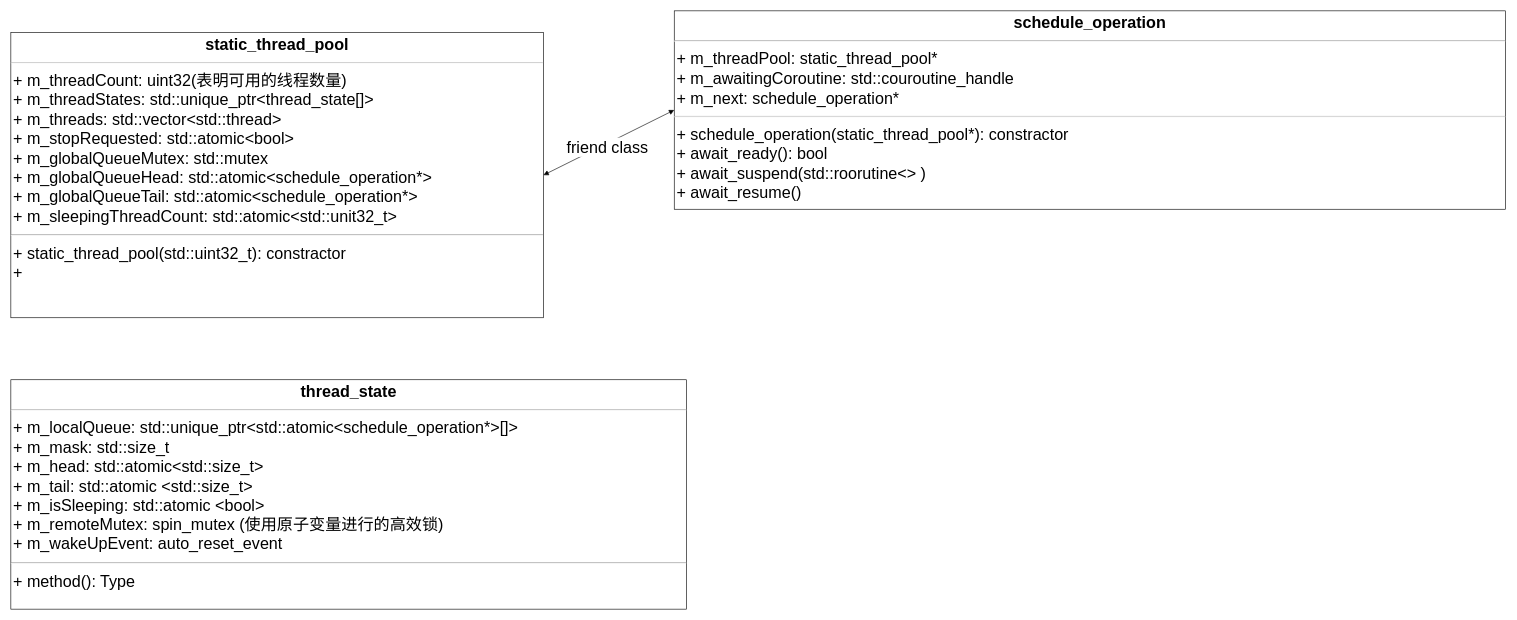
The draw.io diagram cppcoro/static_thread_pool.drawio in zeodao/CodeReading, before the edit. Source tidied: cells renumbered, new cells numbered last; positions are measured from the earlier drawing's top-left corner, leaving out a move shared by most shapes. Both pictures are drawn from the tidied source at 62%, with x=0, y=0 at pixel (11, 11).
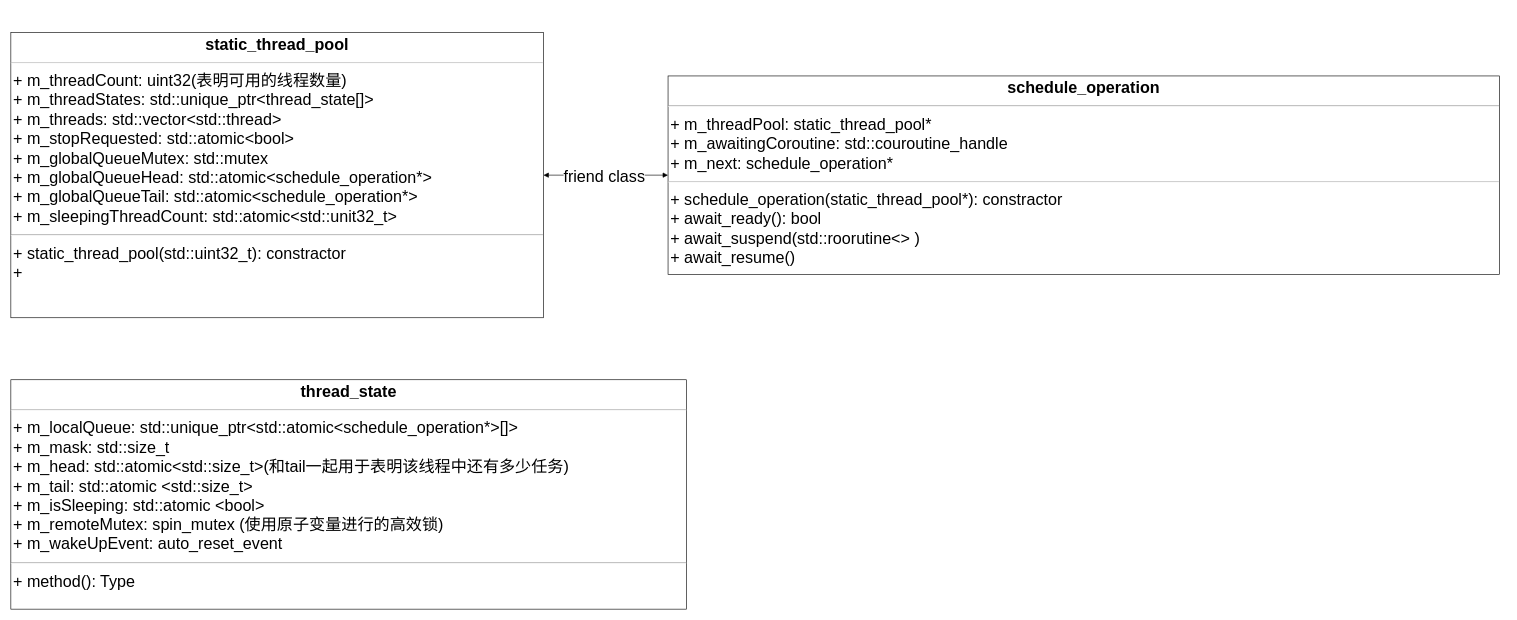
Above is the later version.

The edit, as a diff of the source:
```diff
@@
 <mxGraphModel>
   <root>
     <mxCell id="0" />
     <mxCell id="1" parent="0" />
     <mxCell id="2" value="&lt;p style=&quot;margin: 4px 0px 0px; text-align: center; font-size: 26px;&quot;&gt;&lt;b style=&quot;font-size: 26px;&quot;&gt;static_thread_pool&lt;/b&gt;&lt;/p&gt;&lt;hr style=&quot;font-size: 26px;&quot;&gt;&lt;p style=&quot;margin: 0px 0px 0px 4px; font-size: 26px;&quot;&gt;+ m_threadCount: uint32(表明可用的线程数量)&lt;/p&gt;&lt;p style=&quot;margin: 0px 0px 0px 4px; font-size: 26px;&quot;&gt;+ m_threadStates: std::unique_ptr&amp;lt;thread_state[]&amp;gt;&lt;/p&gt;&lt;p style=&quot;margin: 0px 0px 0px 4px; font-size: 26px;&quot;&gt;+ m_threads: std::vector&amp;lt;std::thread&amp;gt;&lt;/p&gt;&lt;p style=&quot;margin: 0px 0px 0px 4px; font-size: 26px;&quot;&gt;+ m_stopRequested: std::atomic&amp;lt;bool&amp;gt;&lt;/p&gt;&lt;p style=&quot;margin: 0px 0px 0px 4px; font-size: 26px;&quot;&gt;+ m_globalQueueMutex: std::mutex&lt;/p&gt;&lt;p style=&quot;margin: 0px 0px 0px 4px; font-size: 26px;&quot;&gt;+ m_globalQueueHead: std::atomic&amp;lt;schedule_operation*&amp;gt;&lt;/p&gt;&lt;p style=&quot;margin: 0px 0px 0px 4px; font-size: 26px;&quot;&gt;+ m_globalQueueTail: std::atomic&amp;lt;schedule_operation*&amp;gt;&lt;/p&gt;&lt;p style=&quot;margin: 0px 0px 0px 4px; font-size: 26px;&quot;&gt;+ m_sleepingThreadCount: std::atomic&amp;lt;std::unit32_t&amp;gt;&lt;/p&gt;&lt;hr&gt;&lt;p style=&quot;margin: 0px 0px 0px 4px; font-size: 26px;&quot;&gt;+ static_thread_pool(std::uint32_t): constractor&lt;/p&gt;&lt;p style=&quot;margin: 0px 0px 0px 4px; font-size: 26px;&quot;&gt;+&amp;nbsp;&lt;/p&gt;" style="verticalAlign=top;align=left;overflow=fill;fontSize=26;fontFamily=CaskaydiaConv NF;html=1;" parent="1" vertex="1">
       <mxGeometry y="35" width="859" height="460" as="geometry" />
     </mxCell>
-    <mxCell id="3" value="&lt;p style=&quot;margin: 4px 0px 0px; text-align: center; font-size: 26px;&quot;&gt;&lt;b&gt;thread_state&lt;/b&gt;&lt;/p&gt;&lt;hr style=&quot;font-size: 26px;&quot;&gt;&lt;p style=&quot;margin: 0px 0px 0px 4px; font-size: 26px;&quot;&gt;+ m_localQueue: std::unique_ptr&amp;lt;std::atomic&amp;lt;schedule_operation*&amp;gt;[]&amp;gt;&lt;/p&gt;&lt;p style=&quot;margin: 0px 0px 0px 4px; font-size: 26px;&quot;&gt;+ m_mask: std::size_t&lt;/p&gt;&lt;p style=&quot;margin: 0px 0px 0px 4px; font-size: 26px;&quot;&gt;+ m_head: std::atomic&amp;lt;std::size_t&amp;gt;&lt;/p&gt;&lt;p style=&quot;margin: 0px 0px 0px 4px; font-size: 26px;&quot;&gt;+ m_tail: std::atomic &amp;lt;std::size_t&amp;gt;&lt;/p&gt;&lt;p style=&quot;margin: 0px 0px 0px 4px; font-size: 26px;&quot;&gt;+ m_isSleeping: std::atomic &amp;lt;bool&amp;gt;&lt;/p&gt;&lt;p style=&quot;margin: 0px 0px 0px 4px; font-size: 26px;&quot;&gt;+ m_remoteMutex: spin_mutex (使用原子变量进行的高效锁)&lt;/p&gt;&lt;p style=&quot;margin: 0px 0px 0px 4px; font-size: 26px;&quot;&gt;+ m_wakeUpEvent: auto_reset_event&lt;/p&gt;&lt;hr&gt;&lt;p style=&quot;margin: 0px 0px 0px 4px; font-size: 26px;&quot;&gt;+ method(): Type&lt;/p&gt;" style="verticalAlign=top;align=left;overflow=fill;fontSize=26;fontFamily=CaskaydiaConv NF;html=1;" parent="1" vertex="1">
+    <mxCell id="3" value="&lt;p style=&quot;margin: 4px 0px 0px; text-align: center; font-size: 26px;&quot;&gt;&lt;b&gt;thread_state&lt;/b&gt;&lt;/p&gt;&lt;hr style=&quot;font-size: 26px;&quot;&gt;&lt;p style=&quot;margin: 0px 0px 0px 4px; font-size: 26px;&quot;&gt;+ m_localQueue: std::unique_ptr&amp;lt;std::atomic&amp;lt;schedule_operation*&amp;gt;[]&amp;gt;&lt;/p&gt;&lt;p style=&quot;margin: 0px 0px 0px 4px; font-size: 26px;&quot;&gt;+ m_mask: std::size_t&lt;/p&gt;&lt;p style=&quot;margin: 0px 0px 0px 4px; font-size: 26px;&quot;&gt;+ m_head: std::atomic&amp;lt;std::size_t&amp;gt;(和tail一起用于表明该线程中还有多少任务)&lt;/p&gt;&lt;p style=&quot;margin: 0px 0px 0px 4px; font-size: 26px;&quot;&gt;+ m_tail: std::atomic &amp;lt;std::size_t&amp;gt;&lt;/p&gt;&lt;p style=&quot;margin: 0px 0px 0px 4px; font-size: 26px;&quot;&gt;+ m_isSleeping: std::atomic &amp;lt;bool&amp;gt;&lt;/p&gt;&lt;p style=&quot;margin: 0px 0px 0px 4px; font-size: 26px;&quot;&gt;+ m_remoteMutex: spin_mutex (使用原子变量进行的高效锁)&lt;/p&gt;&lt;p style=&quot;margin: 0px 0px 0px 4px; font-size: 26px;&quot;&gt;+ m_wakeUpEvent: auto_reset_event&lt;/p&gt;&lt;hr&gt;&lt;p style=&quot;margin: 0px 0px 0px 4px; font-size: 26px;&quot;&gt;+ method(): Type&lt;/p&gt;" style="verticalAlign=top;align=left;overflow=fill;fontSize=26;fontFamily=CaskaydiaConv NF;html=1;" parent="1" vertex="1">
       <mxGeometry y="595" width="1090" height="370" as="geometry" />
     </mxCell>
     <mxCell id="4" value="&lt;p style=&quot;margin: 4px 0px 0px; text-align: center; font-size: 26px;&quot;&gt;&lt;b&gt;schedule_operation&lt;/b&gt;&lt;/p&gt;&lt;hr style=&quot;font-size: 26px;&quot;&gt;&lt;p style=&quot;margin: 0px 0px 0px 4px; font-size: 26px;&quot;&gt;+ m_threadPool: static_thread_pool*&amp;nbsp;&lt;/p&gt;&lt;p style=&quot;margin: 0px 0px 0px 4px; font-size: 26px;&quot;&gt;+ m_awaitingCoroutine: std::couroutine_handle&lt;/p&gt;&lt;p style=&quot;margin: 0px 0px 0px 4px; font-size: 26px;&quot;&gt;+ m_next: schedu&lt;span style=&quot;background-color: initial;&quot;&gt;le_operation*&lt;/span&gt;&lt;/p&gt;&lt;hr&gt;&lt;p style=&quot;margin: 0px 0px 0px 4px; font-size: 26px;&quot;&gt;+ schedule_operation(static_thread_pool*): constractor&lt;/p&gt;&lt;p style=&quot;margin: 0px 0px 0px 4px; font-size: 26px;&quot;&gt;+ await_ready(): bool&lt;/p&gt;&lt;p style=&quot;margin: 0px 0px 0px 4px; font-size: 26px;&quot;&gt;+ await_suspend(std::roorutine&amp;lt;&amp;gt; )&lt;/p&gt;&lt;p style=&quot;margin: 0px 0px 0px 4px; font-size: 26px;&quot;&gt;+ await_resume()&lt;/p&gt;" style="verticalAlign=top;align=left;overflow=fill;fontSize=26;fontFamily=CaskaydiaConv NF;html=1;" parent="1" vertex="1">
-      <mxGeometry x="1070" width="1341" height="320" as="geometry" />
+      <mxGeometry x="1060" y="105" width="1341" height="320" as="geometry" />
     </mxCell>
     <mxCell id="5" style="endArrow=block;startArrow=block;endFill=1;startFill=1;html=1;rounded=0;fontFamily=CaskaydiaConv NF;fontSize=26;fontColor=default;exitX=1;exitY=0.5;exitDx=0;exitDy=0;entryX=0;entryY=0.5;entryDx=0;entryDy=0;" parent="1" edge="1" source="2" target="4">
       <mxGeometry relative="1" as="geometry" />
     </mxCell>
     <mxCell id="6" value="friend class" style="edgeLabel;html=1;align=center;verticalAlign=middle;fontSize=26;fontFamily=CaskaydiaConv NF;fontColor=default;" parent="5" vertex="1">
       <mxGeometry x="-0.12" y="-1" relative="1" as="geometry">
         <mxPoint x="9" as="offset" />
       </mxGeometry>
     </mxCell>
   </root>
 </mxGraphModel>
```
